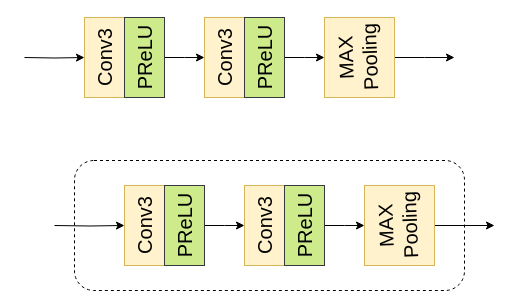
Earlier version of the draw.io diagram test.drawio (ARSwhut/ARSWhut.github.io). Source tidied: cells renumbered, new cells numbered last; positions are measured from the earlier drawing's top-left corner, leaving out a move shared by most shapes. Both pictures are drawn from the tidied source at 100%, with x=0, y=0 at pixel (24, 17).
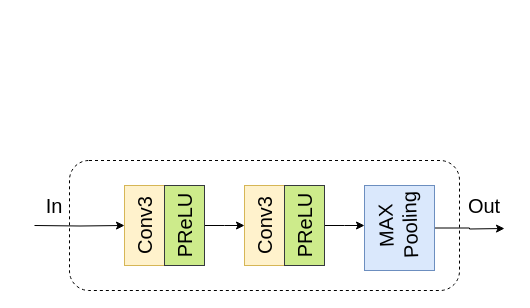
Above is the later version.

Unchanged cells that the change refers to:
```xml
<mxCell id="17" style="rounded=0;whiteSpace=wrap;html=1;fillColor=#fff2cc;strokeColor=#d6b656;" parent="1" vertex="1">
  <mxGeometry x="100" y="168" width="40" height="80" as="geometry" />
</mxCell>
```

Change to the diagram source:
```diff
@@
-    <mxCell id="2" style="rounded=0;whiteSpace=wrap;html=1;fillColor=#fff2cc;strokeColor=#d6b656;" parent="1" vertex="1">
-      <mxGeometry x="60" width="40" height="80" as="geometry" />
-    </mxCell>
-    <mxCell id="3" value="Conv3" style="text;html=1;strokeColor=none;fillColor=none;align=center;verticalAlign=middle;whiteSpace=wrap;rounded=0;rotation=-90;fontSize=20;" parent="1" vertex="1">
-      <mxGeometry x="60" y="30" width="40" height="20" as="geometry" />
-    </mxCell>
-    <mxCell id="4" style="edgeStyle=orthogonalEdgeStyle;rounded=0;jettySize=auto;html=1;exitX=1;exitY=0.5;exitDx=0;exitDy=0;fontSize=20;fontColor=#000000;" parent="1" edge="1" source="5">
-      <mxGeometry relative="1" as="geometry">
-        <mxPoint x="180" y="40" as="targetPoint" />
-      </mxGeometry>
-    </mxCell>
-    <mxCell id="5" style="rounded=0;whiteSpace=wrap;html=1;fillColor=#cdeb8b;strokeColor=#36393d;" parent="1" vertex="1">
-      <mxGeometry x="100" width="40" height="80" as="geometry" />
-    </mxCell>
-    <mxCell id="6" value="PReLU" style="text;html=1;strokeColor=none;fillColor=none;align=center;verticalAlign=middle;whiteSpace=wrap;rounded=0;rotation=-90;fontSize=20;" parent="1" vertex="1">
-      <mxGeometry x="100" y="30" width="40" height="20" as="geometry" />
-    </mxCell>
     <mxCell id="7" style="rounded=1;whiteSpace=wrap;html=1;fontSize=20;labelBackgroundColor=none;fontColor=#000000;dashed=1;" parent="1" vertex="1">
-      <mxGeometry x="50" y="143" width="390" height="130" as="geometry" />
+      <mxGeometry x="45" y="143" width="390" height="130" as="geometry" />
     </mxCell>
-    <mxCell id="8" style="rounded=0;whiteSpace=wrap;html=1;fillColor=#fff2cc;strokeColor=#d6b656;" parent="1" vertex="1">
-      <mxGeometry x="180" width="40" height="80" as="geometry" />
-    </mxCell>
-    <mxCell id="9" value="Conv3" style="text;html=1;strokeColor=none;fillColor=none;align=center;verticalAlign=middle;whiteSpace=wrap;rounded=0;rotation=-90;fontSize=20;" parent="1" vertex="1">
-      <mxGeometry x="180" y="30" width="40" height="20" as="geometry" />
-    </mxCell>
-    <mxCell id="10" style="edgeStyle=orthogonalEdgeStyle;rounded=0;jettySize=auto;html=1;exitX=1;exitY=0.5;exitDx=0;exitDy=0;fontSize=20;fontColor=#000000;" parent="1" edge="1" source="11">
-      <mxGeometry relative="1" as="geometry">
-        <mxPoint x="300" y="40" as="targetPoint" />
-      </mxGeometry>
-    </mxCell>
-    <mxCell id="11" style="rounded=0;whiteSpace=wrap;html=1;fillColor=#cdeb8b;strokeColor=#36393d;" parent="1" vertex="1">
-      <mxGeometry x="220" width="40" height="80" as="geometry" />
-    </mxCell>
-    <mxCell id="12" value="PReLU" style="text;html=1;strokeColor=none;fillColor=none;align=center;verticalAlign=middle;whiteSpace=wrap;rounded=0;rotation=-90;fontSize=20;" parent="1" vertex="1">
-      <mxGeometry x="220" y="30" width="40" height="20" as="geometry" />
-    </mxCell>
-    <mxCell id="13" style="edgeStyle=orthogonalEdgeStyle;rounded=0;jettySize=auto;html=1;fontSize=20;fontColor=#000000;" parent="1" edge="1" source="14">
-      <mxGeometry relative="1" as="geometry">
-        <mxPoint x="430" y="40" as="targetPoint" />
-      </mxGeometry>
-    </mxCell>
-    <mxCell id="14" style="rounded=0;whiteSpace=wrap;html=1;fillColor=#fff2cc;strokeColor=#d6b656;" parent="1" vertex="1">
-      <mxGeometry x="300" width="70" height="80" as="geometry" />
-    </mxCell>
-    <mxCell id="15" value="MAX&lt;br&gt;Pooling" style="text;html=1;strokeColor=none;fillColor=none;align=center;verticalAlign=middle;whiteSpace=wrap;rounded=0;dashed=1;labelBackgroundColor=none;fontSize=20;fontColor=#000000;rotation=-92;" parent="1" vertex="1">
-      <mxGeometry x="293" y="30" width="80" height="20" as="geometry" />
-    </mxCell>
-    <mxCell id="16" style="edgeStyle=orthogonalEdgeStyle;rounded=0;jettySize=auto;html=1;entryX=0;entryY=0.5;entryDx=0;entryDy=0;fontSize=20;fontColor=#000000;" parent="1" edge="1" target="2">
-      <mxGeometry relative="1" as="geometry">
-        <mxPoint y="40" as="sourcePoint" />
-      </mxGeometry>
-    </mxCell>
@@
-    <mxCell id="27" style="edgeStyle=orthogonalEdgeStyle;rounded=0;jettySize=auto;html=1;fontSize=20;fontColor=#000000;" parent="1" edge="1" source="28">
-      <mxGeometry relative="1" as="geometry">
-        <mxPoint x="470" y="208" as="targetPoint" />
-      </mxGeometry>
-    </mxCell>
+    <mxCell id="31" style="edgeStyle=orthogonalEdgeStyle;rounded=0;jettySize=auto;html=1;exitX=1;exitY=0.5;exitDx=0;exitDy=0;fontSize=20;fontColor=#000000;" parent="1" edge="1" source="28">
+      <mxGeometry relative="1" as="geometry">
+        <mxPoint x="480" y="211" as="targetPoint" />
+      </mxGeometry>
+    </mxCell>
-    <mxCell id="28" style="rounded=0;whiteSpace=wrap;html=1;fillColor=#fff2cc;strokeColor=#d6b656;" parent="1" vertex="1">
-      <mxGeometry x="340" y="168" width="70" height="80" as="geometry" />
+    <mxCell id="28" style="rounded=0;whiteSpace=wrap;html=1;fillColor=#dae8fc;strokeColor=#6c8ebf;" parent="1" vertex="1">
+      <mxGeometry x="340" y="168" width="70" height="85" as="geometry" />
     </mxCell>
@@
     <mxCell id="30" style="edgeStyle=orthogonalEdgeStyle;rounded=0;jettySize=auto;html=1;entryX=0;entryY=0.5;entryDx=0;entryDy=0;fontSize=20;fontColor=#000000;" parent="1" edge="1" target="17">
       <mxGeometry relative="1" as="geometry">
-        <mxPoint x="30" y="208" as="sourcePoint" />
+        <mxPoint x="10" y="208" as="sourcePoint" />
       </mxGeometry>
     </mxCell>
+    <mxCell id="32" value="In" style="text;html=1;strokeColor=none;fillColor=none;align=center;verticalAlign=middle;whiteSpace=wrap;rounded=0;dashed=1;labelBackgroundColor=none;fontSize=20;fontColor=#000000;" parent="1" vertex="1">
+      <mxGeometry x="10" y="178" width="40" height="20" as="geometry" />
+    </mxCell>
+    <mxCell id="33" value="Out" style="text;html=1;strokeColor=none;fillColor=none;align=center;verticalAlign=middle;whiteSpace=wrap;rounded=0;dashed=1;labelBackgroundColor=none;fontSize=20;fontColor=#000000;" parent="1" vertex="1">
+      <mxGeometry x="440" y="178" width="40" height="20" as="geometry" />
+    </mxCell>
```
